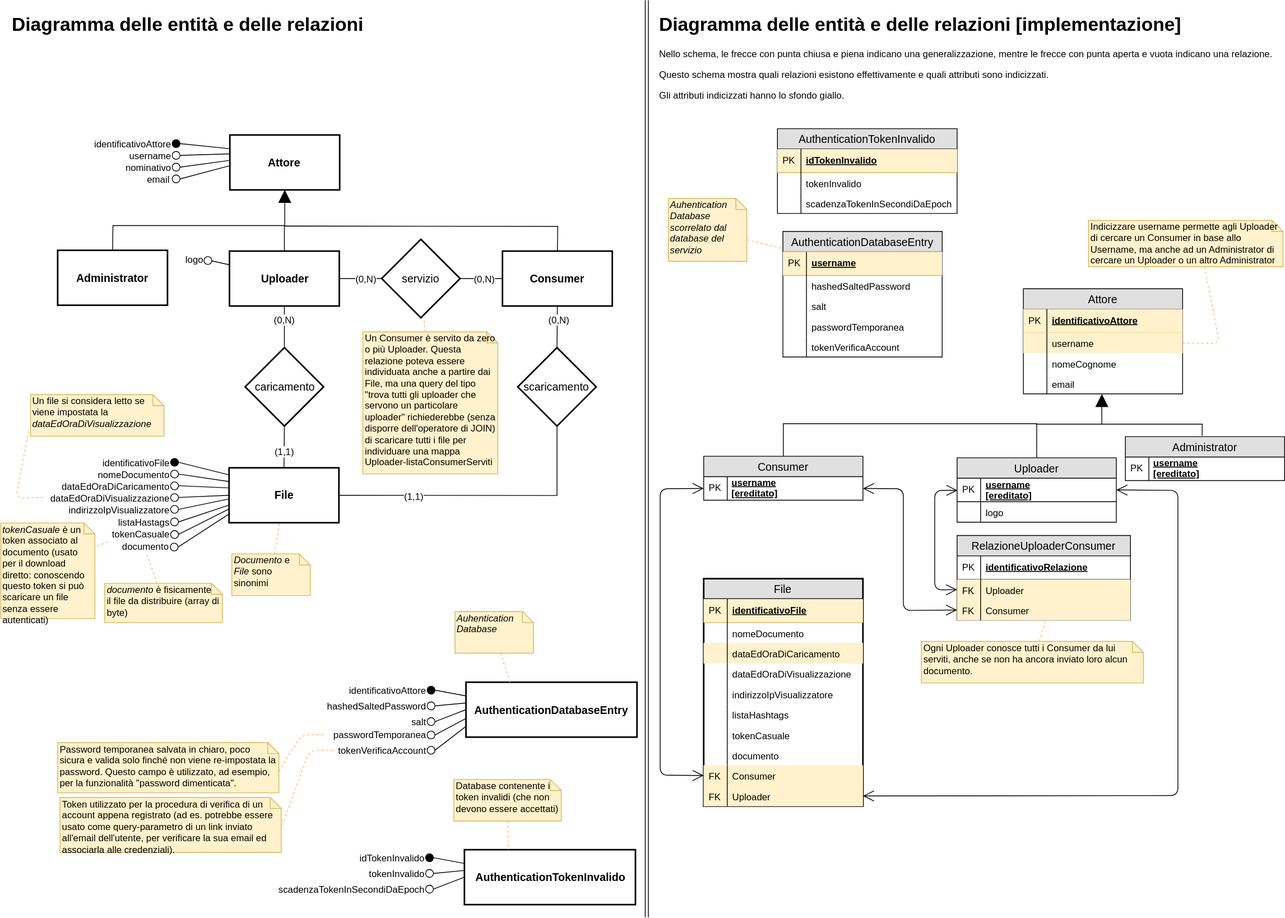
matteoferfoglia/progetto-progrweb-2020 keeps this draw.io diagram as algoritmi schemi e note progettuali/diagramma ER/diagramma_er.svg. Above is the earlier version. Source tidied: cells renumbered, new cells last; positions are measured from the earlier drawing's top-left corner, leaving out a move shared by most shapes.
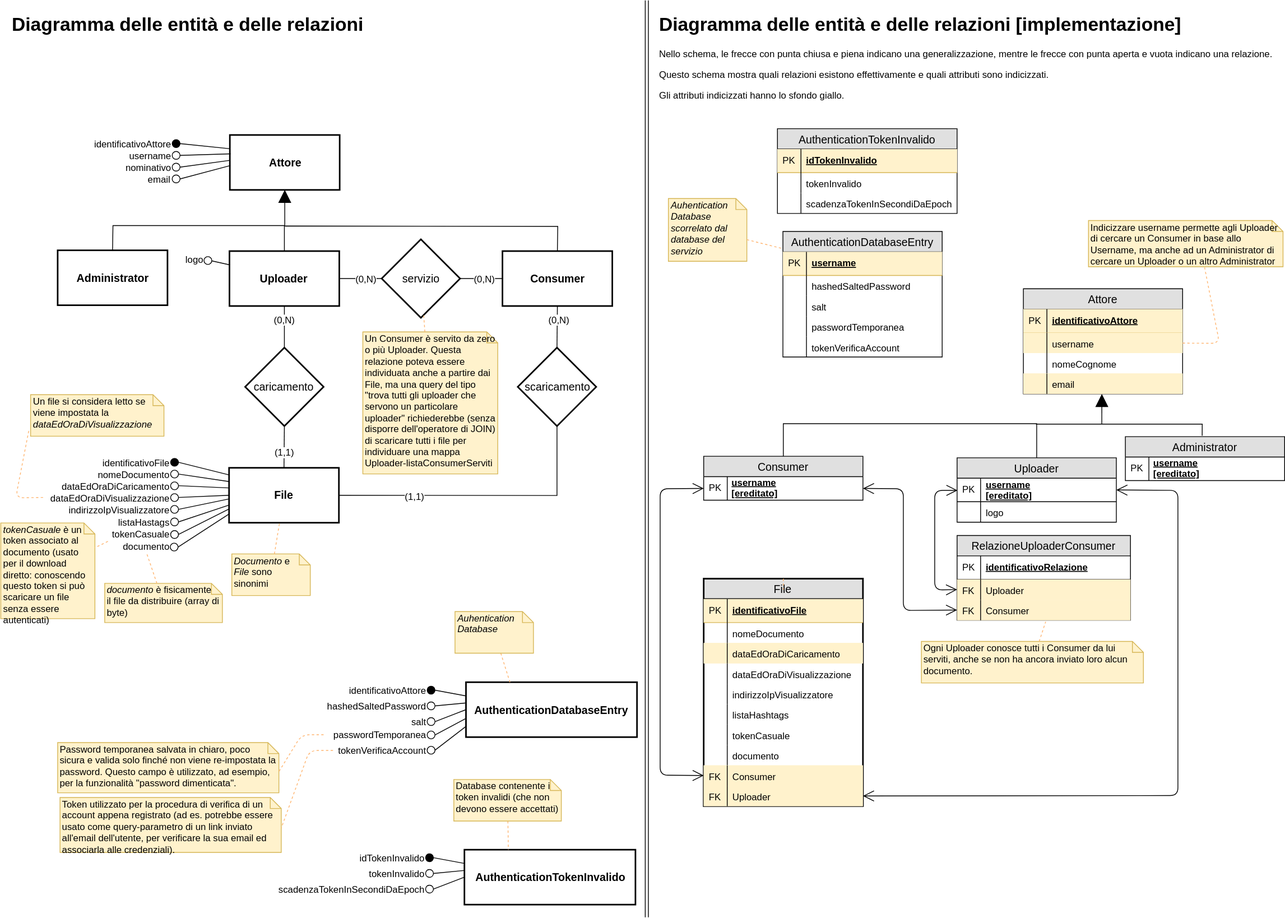
Above is the later version.

Change to the diagram source:
```diff
@@ -598,7 +598,7 @@
     <mxCell id="186" style="shape=partialRectangle;top=0;left=0;bottom=0;fillColor=none;align=left;verticalAlign=top;spacingLeft=4;spacingRight=4;overflow=hidden;fontSize=12;" parent="185" vertex="1">
       <mxGeometry width="30" height="26" as="geometry" />
     </mxCell>
-    <mxCell id="187" value="email" style="shape=partialRectangle;top=0;left=0;right=0;bottom=0;align=left;verticalAlign=top;fillColor=none;spacingLeft=34;spacingRight=4;overflow=hidden;fontSize=12;" parent="180" vertex="1">
+    <mxCell id="187" value="email" style="shape=partialRectangle;top=0;left=0;right=0;bottom=0;align=left;verticalAlign=top;fillColor=#FFF2CC;spacingLeft=34;spacingRight=4;overflow=hidden;fontSize=12;strokeColor=#D6B656;" parent="180" vertex="1">
       <mxGeometry y="108" width="203" height="26" as="geometry" />
     </mxCell>
     <mxCell id="188" style="shape=partialRectangle;top=0;left=0;bottom=0;fillColor=none;align=left;verticalAlign=top;spacingLeft=4;spacingRight=4;overflow=hidden;fontSize=12;" parent="187" vertex="1">
```
